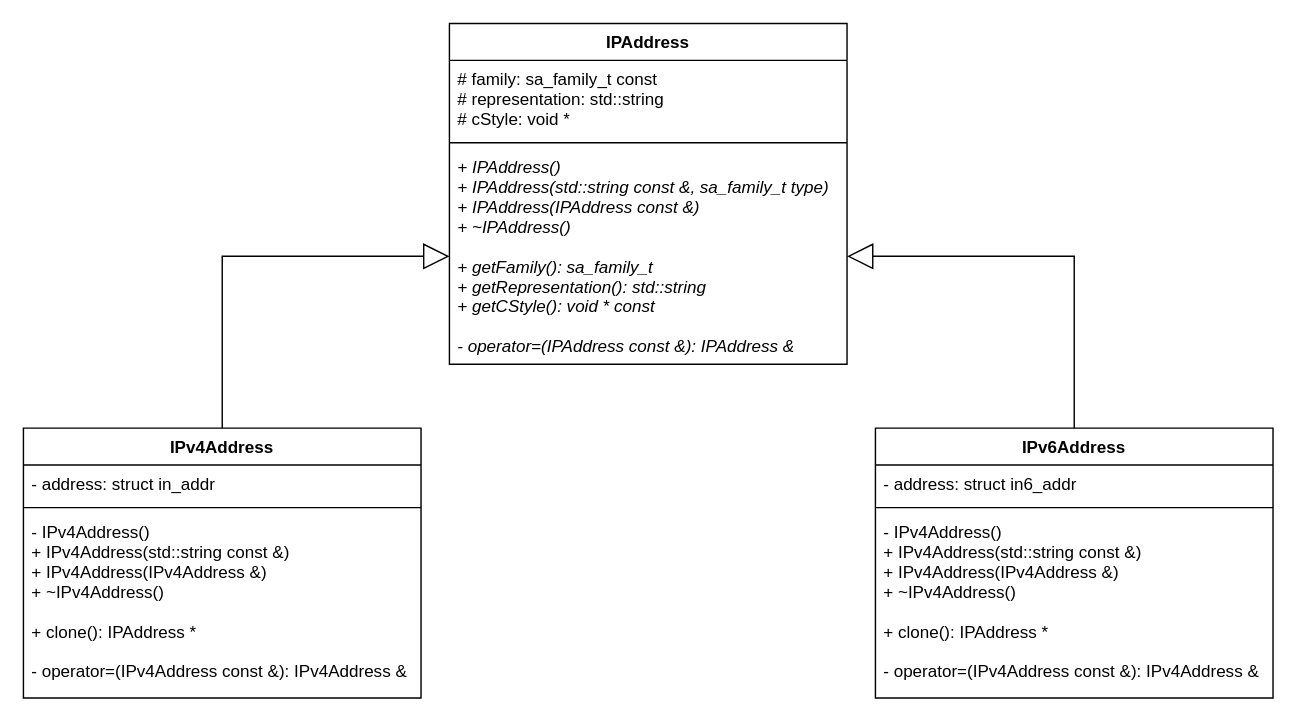
Earlier version of the draw.io diagram docs/DiagramUML.drawio (tbellavia/ft_irc). Source tidied: cells renumbered, new cells numbered last; positions are measured from the earlier drawing's top-left corner, leaving out a move shared by most shapes. Both pictures are drawn from the tidied source at 142%, with x=0, y=0 at pixel (23, 23).
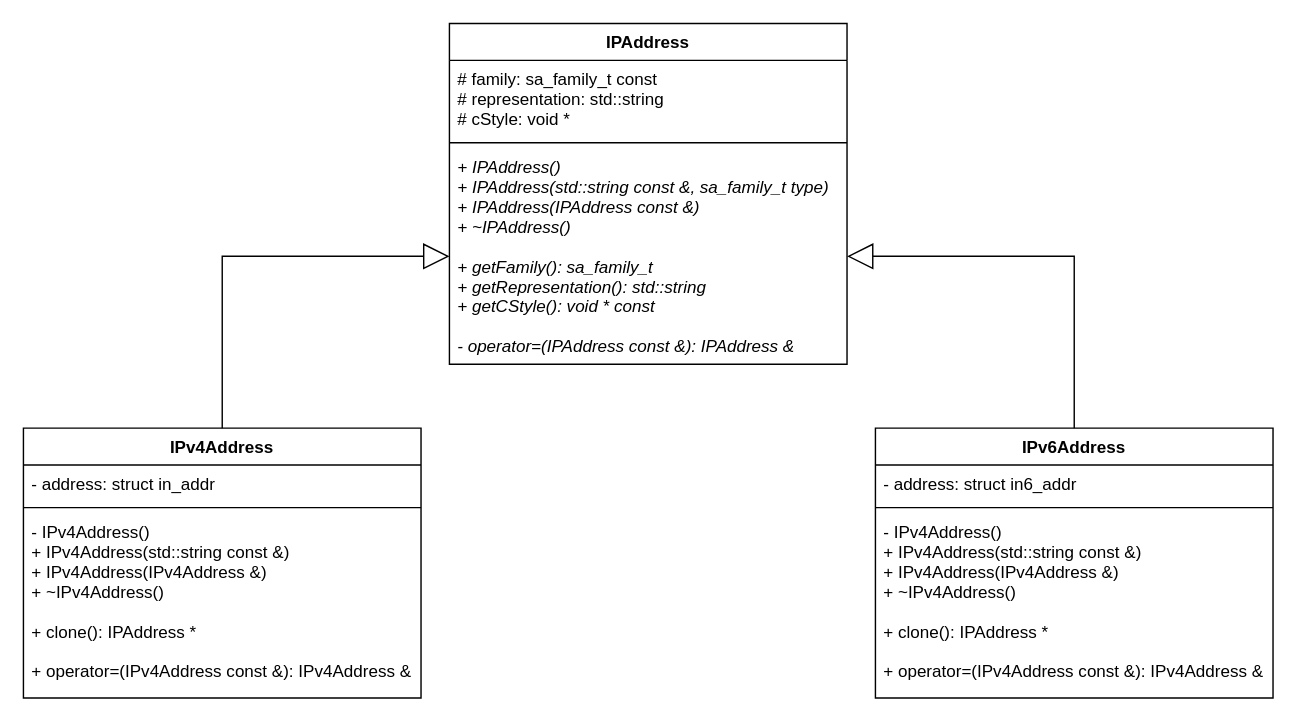
The same page after the edit.

Diff of the diagram source:
```diff
@@
 <mxGraphModel>
   <root>
     <mxCell id="0" />
     <mxCell id="1" parent="0" />
     <mxCell id="2" value="IPAddress" style="swimlane;fontStyle=1;align=center;verticalAlign=top;horizontal=1;startSize=26;" parent="1" vertex="1">
       <mxGeometry x="300" width="280" height="240" as="geometry" />
     </mxCell>
     <mxCell id="3" value="# family: sa_family_t const&#10;# representation: std::string&#10;# cStyle: void *&#10;" style="text;strokeColor=none;fillColor=none;align=left;verticalAlign=top;spacingLeft=4;spacingRight=4;overflow=hidden;" parent="2" vertex="1">
       <mxGeometry y="26" width="280" height="54" as="geometry" />
     </mxCell>
     <mxCell id="4" style="line;strokeWidth=1;fillColor=none;align=left;verticalAlign=middle;spacingTop=-1;spacingLeft=3;spacingRight=3;labelPosition=right;" parent="2" vertex="1">
       <mxGeometry y="80" width="280" height="8" as="geometry" />
     </mxCell>
     <mxCell id="5" value="+ IPAddress()&#10;+ IPAddress(std::string const &amp;, sa_family_t type)&#10;+ IPAddress(IPAddress const &amp;)&#10;+ ~IPAddress()&#10;&#10;+ getFamily(): sa_family_t&#10;+ getRepresentation(): std::string&#10;+ getCStyle(): void * const&#10;&#10;- operator=(IPAddress const &amp;): IPAddress &amp;" style="text;strokeColor=none;fillColor=none;align=left;verticalAlign=top;spacingLeft=4;spacingRight=4;overflow=hidden;points=[[0,0.5],[1,0.5]];portConstraint=eastwest;fontStyle=2;" parent="2" vertex="1">
       <mxGeometry y="88" width="280" height="152" as="geometry" />
     </mxCell>
     <mxCell id="6" value="IPv4Address" style="swimlane;fontStyle=1;align=center;verticalAlign=top;horizontal=1;startSize=26;" parent="1" vertex="1">
       <mxGeometry y="285" width="280" height="190" as="geometry" />
     </mxCell>
     <mxCell id="7" value="- address: struct in_addr" style="text;strokeColor=none;fillColor=none;align=left;verticalAlign=top;spacingLeft=4;spacingRight=4;overflow=hidden;" parent="6" vertex="1">
       <mxGeometry y="26" width="280" height="26" as="geometry" />
     </mxCell>
     <mxCell id="8" style="line;strokeWidth=1;fillColor=none;align=left;verticalAlign=middle;spacingTop=-1;spacingLeft=3;spacingRight=3;labelPosition=right;" parent="6" vertex="1">
       <mxGeometry y="52" width="280" height="8" as="geometry" />
     </mxCell>
-    <mxCell id="9" value="- IPv4Address()&#10;+ IPv4Address(std::string const &amp;)&#10;+ IPv4Address(IPv4Address &amp;)&#10;+ ~IPv4Address()&#10;&#10;+ clone(): IPAddress *&#10;&#10;- operator=(IPv4Address const &amp;): IPv4Address &amp;&#10;" style="text;strokeColor=none;fillColor=none;align=left;verticalAlign=top;spacingLeft=4;spacingRight=4;overflow=hidden;" parent="6" vertex="1">
+    <mxCell id="9" value="- IPv4Address()&#10;+ IPv4Address(std::string const &amp;)&#10;+ IPv4Address(IPv4Address &amp;)&#10;+ ~IPv4Address()&#10;&#10;+ clone(): IPAddress *&#10;&#10;+ operator=(IPv4Address const &amp;): IPv4Address &amp;&#10;" style="text;strokeColor=none;fillColor=none;align=left;verticalAlign=top;spacingLeft=4;spacingRight=4;overflow=hidden;" parent="6" vertex="1">
       <mxGeometry y="60" width="280" height="130" as="geometry" />
     </mxCell>
     <mxCell id="10" value="IPv6Address" style="swimlane;fontStyle=1;align=center;verticalAlign=top;horizontal=1;startSize=26;" parent="1" vertex="1">
       <mxGeometry x="600" y="285" width="280" height="190" as="geometry" />
     </mxCell>
     <mxCell id="11" value="- address: struct in6_addr" style="text;strokeColor=none;fillColor=none;align=left;verticalAlign=top;spacingLeft=4;spacingRight=4;overflow=hidden;" parent="10" vertex="1">
       <mxGeometry y="26" width="280" height="26" as="geometry" />
     </mxCell>
     <mxCell id="12" style="line;strokeWidth=1;fillColor=none;align=left;verticalAlign=middle;spacingTop=-1;spacingLeft=3;spacingRight=3;labelPosition=right;" parent="10" vertex="1">
       <mxGeometry y="52" width="280" height="8" as="geometry" />
     </mxCell>
-    <mxCell id="13" value="- IPv4Address()&#10;+ IPv4Address(std::string const &amp;)&#10;+ IPv4Address(IPv4Address &amp;)&#10;+ ~IPv4Address()&#10;&#10;+ clone(): IPAddress *&#10;&#10;- operator=(IPv4Address const &amp;): IPv4Address &amp;&#10;" style="text;strokeColor=none;fillColor=none;align=left;verticalAlign=top;spacingLeft=4;spacingRight=4;overflow=hidden;" parent="10" vertex="1">
+    <mxCell id="13" value="- IPv4Address()&#10;+ IPv4Address(std::string const &amp;)&#10;+ IPv4Address(IPv4Address &amp;)&#10;+ ~IPv4Address()&#10;&#10;+ clone(): IPAddress *&#10;&#10;+ operator=(IPv4Address const &amp;): IPv4Address &amp;&#10;" style="text;strokeColor=none;fillColor=none;align=left;verticalAlign=top;spacingLeft=4;spacingRight=4;overflow=hidden;" parent="10" vertex="1">
       <mxGeometry y="60" width="280" height="130" as="geometry" />
     </mxCell>
     <mxCell id="14" style="endArrow=block;endSize=16;endFill=0;html=1;rounded=0;exitX=0.5;exitY=0;exitDx=0;exitDy=0;entryX=0;entryY=0.5;entryDx=0;entryDy=0;" parent="1" edge="1" source="6" target="5">
       <mxGeometry relative="1" as="geometry">
         <Array as="points">
           <mxPoint x="140" y="179" />
           <mxPoint x="140" y="164" />
         </Array>
       </mxGeometry>
     </mxCell>
     <mxCell id="15" style="endArrow=block;endSize=16;endFill=0;html=1;rounded=0;entryX=1;entryY=0.5;entryDx=0;entryDy=0;exitX=0.5;exitY=0;exitDx=0;exitDy=0;" parent="1" edge="1" source="10" target="5">
       <mxGeometry relative="1" as="geometry">
         <Array as="points">
           <mxPoint x="740" y="164" />
         </Array>
       </mxGeometry>
     </mxCell>
   </root>
 </mxGraphModel>
```
